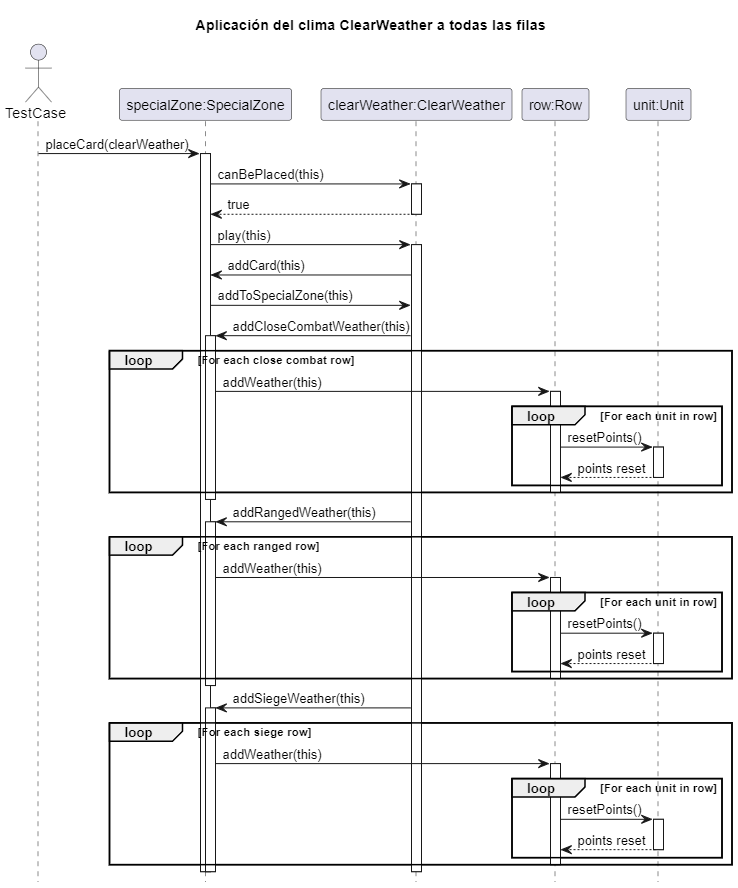
Before: diagrams/sequences/AplicarClearWeather.png, a diagram exported from PlantUML (Yonhir/algo3_proyecto_base_tp2). Its source is kept beside it as diagrams/sequences/AplicarClearWeather.plantuml. Its diagram source:
```plantuml
@startuml

hide footbox
title Aplicación del clima ClearWeather a todas las filas

actor TestCase

participant "specialZone:SpecialZone" as SpecialZone
participant "clearWeather:ClearWeather" as Weather
participant "row:Row" as Row
participant "unit:Unit" as Unit

TestCase -> SpecialZone: placeCard(clearWeather)
activate SpecialZone

SpecialZone -> Weather: canBePlaced(this)
activate Weather
Weather --> SpecialZone: true
deactivate Weather

SpecialZone -> Weather: play(this)
activate Weather

Weather -> SpecialZone: addCard(this)

SpecialZone -> Weather: addToSpecialZone(this)

Weather -> SpecialZone: addCloseCombatWeather(this)
activate SpecialZone

loop For each close combat row
    SpecialZone -> Row: addWeather(this)
    activate Row

    loop For each unit in row
        Row -> Unit: resetPoints()
        activate Unit
        Unit --> Row: points reset
        deactivate Unit
    end

    deactivate Row
end

deactivate SpecialZone

Weather -> SpecialZone: addRangedWeather(this)
activate SpecialZone

loop For each ranged row
    SpecialZone -> Row: addWeather(this)
    activate Row

    loop For each unit in row
        Row -> Unit: resetPoints()
        activate Unit
        Unit --> Row: points reset
        deactivate Unit
    end

    deactivate Row
end

deactivate SpecialZone

Weather -> SpecialZone: addSiegeWeather(this)
activate SpecialZone

loop For each siege row
    SpecialZone -> Row: addWeather(this)
    activate Row

    loop For each unit in row
        Row -> Unit: resetPoints()
        activate Unit
        Unit --> Row: points reset
        deactivate Unit
    end

    deactivate Row
end

deactivate SpecialZone

deactivate Weather
deactivate SpecialZone

@enduml
```
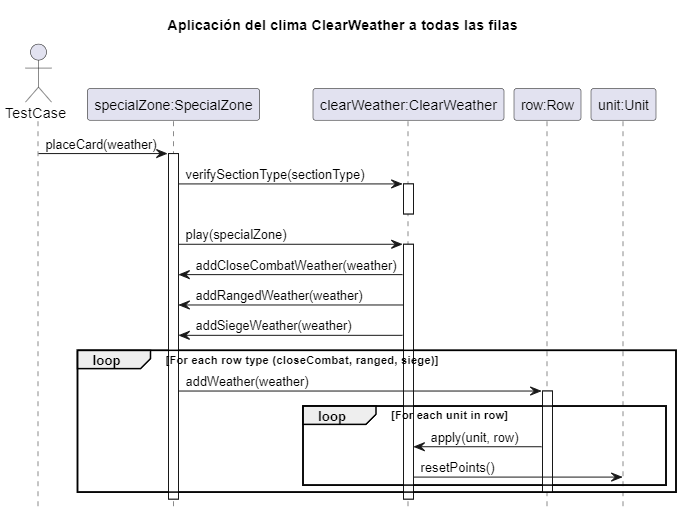
After the commit.

The edit, as a diff of the source:
```diff
@@ -5,84 +5,31 @@
 
 actor TestCase
 
-participant "specialZone:SpecialZone" as SpecialZone
-participant "clearWeather:ClearWeather" as Weather
-participant "row:Row" as Row
-participant "unit:Unit" as Unit
+participant "specialZone:SpecialZone" as specialZone
+participant "clearWeather:ClearWeather" as weather
+participant "row:Row" as row
+participant "unit:Unit" as unit
 
-TestCase -> SpecialZone: placeCard(clearWeather)
-activate SpecialZone
-
-SpecialZone -> Weather: canBePlaced(this)
-activate Weather
-Weather --> SpecialZone: true
-deactivate Weather
-
-SpecialZone -> Weather: play(this)
-activate Weather
-
-Weather -> SpecialZone: addCard(this)
-
-SpecialZone -> Weather: addToSpecialZone(this)
-
-Weather -> SpecialZone: addCloseCombatWeather(this)
-activate SpecialZone
-
-loop For each close combat row
-    SpecialZone -> Row: addWeather(this)
-    activate Row
-
-    loop For each unit in row
-        Row -> Unit: resetPoints()
-        activate Unit
-        Unit --> Row: points reset
-        deactivate Unit
-    end
-
-    deactivate Row
-end
-
-deactivate SpecialZone
-
-Weather -> SpecialZone: addRangedWeather(this)
-activate SpecialZone
-
-loop For each ranged row
-    SpecialZone -> Row: addWeather(this)
-    activate Row
-
-    loop For each unit in row
-        Row -> Unit: resetPoints()
-        activate Unit
-        Unit --> Row: points reset
-        deactivate Unit
-    end
-
-    deactivate Row
-end
-
-deactivate SpecialZone
-
-Weather -> SpecialZone: addSiegeWeather(this)
-activate SpecialZone
-
-loop For each siege row
-    SpecialZone -> Row: addWeather(this)
-    activate Row
-
-    loop For each unit in row
-        Row -> Unit: resetPoints()
-        activate Unit
-        Unit --> Row: points reset
-        deactivate Unit
-    end
-
-    deactivate Row
-end
-
-deactivate SpecialZone
-
-deactivate Weather
-deactivate SpecialZone
+TestCase -> specialZone: placeCard(weather)
+    activate specialZone
+    specialZone -> weather: verifySectionType(sectionType)
+        activate weather
+        deactivate weather
+    specialZone -> weather: play(specialZone)
+        activate weather
+        weather -> specialZone: addCloseCombatWeather(weather)
+        weather -> specialZone: addRangedWeather(weather)
+        weather -> specialZone: addSiegeWeather(weather)
+        loop For each row type (closeCombat, ranged, siege)
+            specialZone -> row: addWeather(weather)
+                activate row
+                loop For each unit in row
+                    row -> weather: apply(unit, row)
+                        weather -> unit: resetPoints()
+                end
+                deactivate row
+        end
+        deactivate weather
+    deactivate specialZone
 
 @enduml
```
